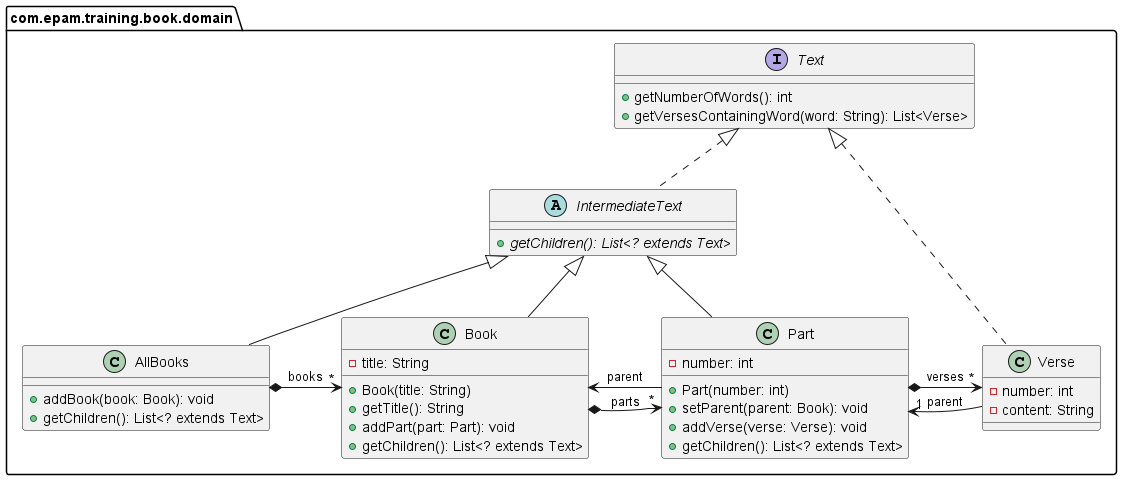
Before: design-patterns-book/model.png, a diagram exported from PlantUML (epam-mep-java/exercise-specification-images).
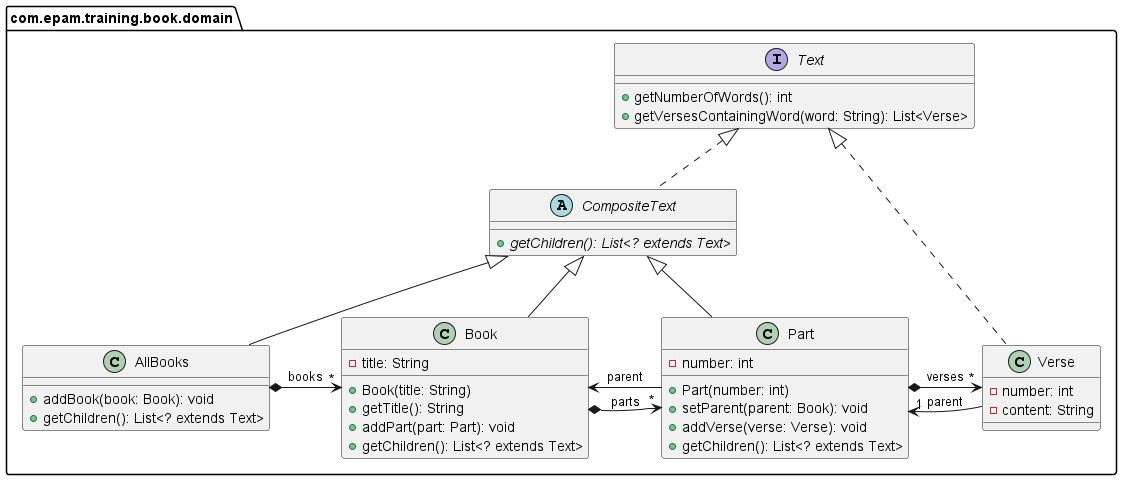
After the commit.

Diff of the diagram source:
```diff
@@ -6,17 +6,17 @@
         + getVersesContainingWord(word: String): List<Verse>
     }
 
-    abstract class IntermediateText implements Text {
+    abstract class CompositeText implements Text {
         + {abstract} getChildren(): List<? extends Text>
     }
 
-    class AllBooks extends IntermediateText {
+    class AllBooks extends CompositeText {
         + addBook(book: Book): void
         + getChildren(): List<? extends Text>
     }
     AllBooks *-> "*" Book: books
 
-    class Book extends IntermediateText {
+    class Book extends CompositeText {
         - title: String
 
         + Book(title: String)
@@ -26,7 +26,7 @@
     }
     Book *-> "*" Part: parts
 
-    class Part extends IntermediateText {
+    class Part extends CompositeText {
         - number: int
 
         + Part(number: int)
```
